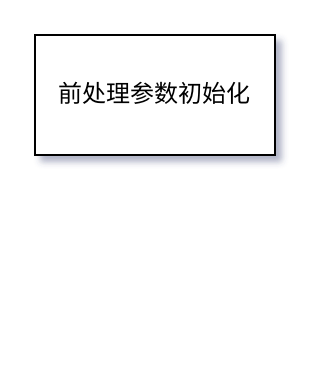
This is gdy_fea.drawio from Harekaze-Misakiakeno/uml, a draw.io file, before an edit. Source tidied: cells renumbered, new cells numbered last; positions are measured from the earlier drawing's top-left corner, leaving out a move shared by most shapes. Both pictures are drawn from the tidied source at 200%, with x=0, y=0 at pixel (34, 34).
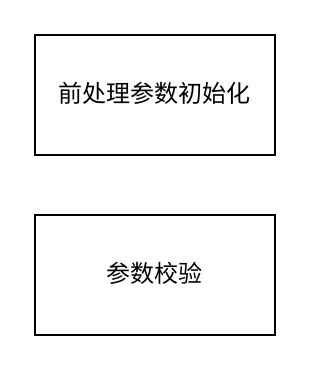
Above is the later version.

The edit, as a diff of the source:
```diff
@@
-<mxGraphModel shadow="1">
+<mxGraphModel>
   <root>
     <mxCell id="0" />
     <mxCell id="1" parent="0" />
-    <mxCell id="2" value="前处理参数初始化" style="rounded=0;whiteSpace=wrap;html=1;" parent="1" vertex="1">
+    <mxCell id="2" value="前处理参数初始化" style="rounded=0;whiteSpace=wrap;html=1;textShadow=0;" parent="1" vertex="1">
       <mxGeometry width="120" height="60" as="geometry" />
     </mxCell>
+    <mxCell id="3" value="参数校验" style="rounded=0;whiteSpace=wrap;html=1;textShadow=0;" parent="1" vertex="1">
+      <mxGeometry y="90" width="120" height="60" as="geometry" />
+    </mxCell>
   </root>
 </mxGraphModel>
```
